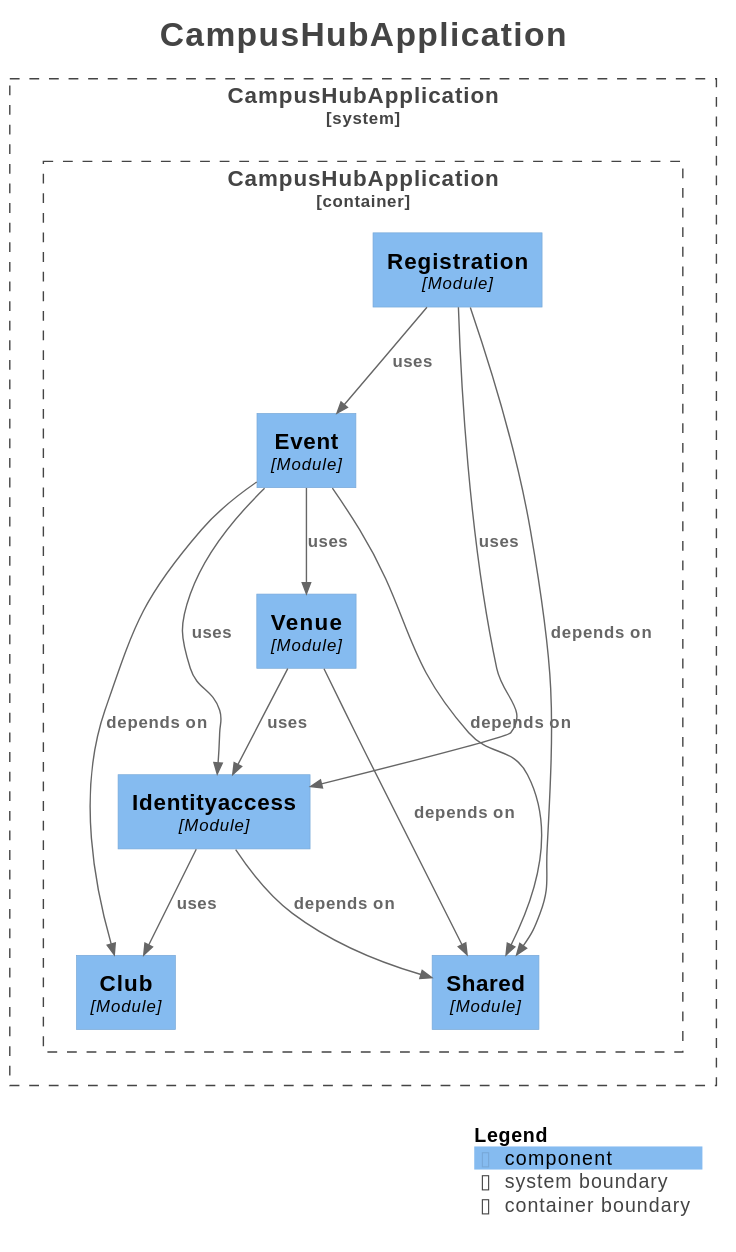
This is docs/architecture/module-diagram.svg from Jamiedz999/campushub, a PlantUML export, as it was before one commit.
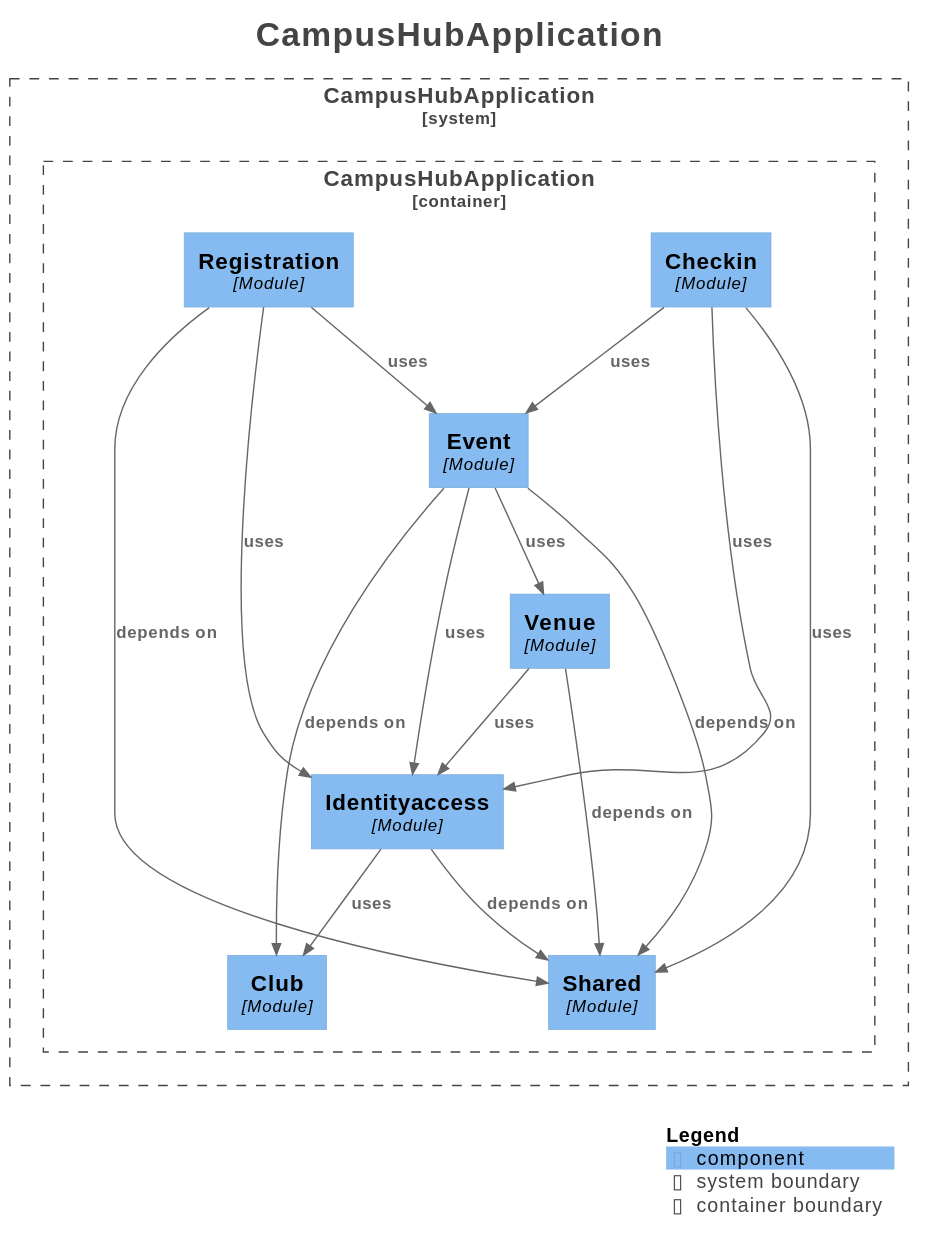
Above is the later version.

The edit, as a diff of the source:
```diff
@@ -17,27 +17,31 @@
 
 System_Boundary("CampusHubApplication_boundary", "CampusHubApplication", $tags="") {
   Container_Boundary("CampusHubApplication.CampusHubApplication_boundary", "CampusHubApplication", $tags="") {
+    Component(CampusHubApplication.CampusHubApplication.Registration, "Registration", $techn="Module", $descr="", $tags="", $link="")
     Component(CampusHubApplication.CampusHubApplication.Club, "Club", $techn="Module", $descr="", $tags="", $link="")
     Component(CampusHubApplication.CampusHubApplication.Shared, "Shared", $techn="Module", $descr="", $tags="", $link="")
     Component(CampusHubApplication.CampusHubApplication.Identityaccess, "Identityaccess", $techn="Module", $descr="", $tags="", $link="")
     Component(CampusHubApplication.CampusHubApplication.Venue, "Venue", $techn="Module", $descr="", $tags="", $link="")
     Component(CampusHubApplication.CampusHubApplication.Event, "Event", $techn="Module", $descr="", $tags="", $link="")
-    Component(CampusHubApplication.CampusHubApplication.Registration, "Registration", $techn="Module", $descr="", $tags="", $link="")
+    Component(CampusHubApplication.CampusHubApplication.Checkin, "Checkin", $techn="Module", $descr="", $tags="", $link="")
   }
 
 }
 
-Rel(CampusHubApplication.CampusHubApplication.Identityaccess, CampusHubApplication.CampusHubApplication.Shared, "depends on", $techn="", $tags="", $link="")
-Rel(CampusHubApplication.CampusHubApplication.Identityaccess, CampusHubApplication.CampusHubApplication.Club, "uses", $techn="", $tags="", $link="")
+Rel(CampusHubApplication.CampusHubApplication.Checkin, CampusHubApplication.CampusHubApplication.Event, "uses", $techn="", $tags="", $link="")
+Rel(CampusHubApplication.CampusHubApplication.Checkin, CampusHubApplication.CampusHubApplication.Shared, "uses", $techn="", $tags="", $link="")
+Rel(CampusHubApplication.CampusHubApplication.Checkin, CampusHubApplication.CampusHubApplication.Identityaccess, "uses", $techn="", $tags="", $link="")
+Rel(CampusHubApplication.CampusHubApplication.Registration, CampusHubApplication.CampusHubApplication.Shared, "depends on", $techn="", $tags="", $link="")
+Rel(CampusHubApplication.CampusHubApplication.Registration, CampusHubApplication.CampusHubApplication.Event, "uses", $techn="", $tags="", $link="")
+Rel(CampusHubApplication.CampusHubApplication.Registration, CampusHubApplication.CampusHubApplication.Identityaccess, "uses", $techn="", $tags="", $link="")
 Rel(CampusHubApplication.CampusHubApplication.Venue, CampusHubApplication.CampusHubApplication.Shared, "depends on", $techn="", $tags="", $link="")
 Rel(CampusHubApplication.CampusHubApplication.Venue, CampusHubApplication.CampusHubApplication.Identityaccess, "uses", $techn="", $tags="", $link="")
 Rel(CampusHubApplication.CampusHubApplication.Event, CampusHubApplication.CampusHubApplication.Club, "depends on", $techn="", $tags="", $link="")
 Rel(CampusHubApplication.CampusHubApplication.Event, CampusHubApplication.CampusHubApplication.Shared, "depends on", $techn="", $tags="", $link="")
 Rel(CampusHubApplication.CampusHubApplication.Event, CampusHubApplication.CampusHubApplication.Venue, "uses", $techn="", $tags="", $link="")
 Rel(CampusHubApplication.CampusHubApplication.Event, CampusHubApplication.CampusHubApplication.Identityaccess, "uses", $techn="", $tags="", $link="")
-Rel(CampusHubApplication.CampusHubApplication.Registration, CampusHubApplication.CampusHubApplication.Shared, "depends on", $techn="", $tags="", $link="")
-Rel(CampusHubApplication.CampusHubApplication.Registration, CampusHubApplication.CampusHubApplication.Event, "uses", $techn="", $tags="", $link="")
-Rel(CampusHubApplication.CampusHubApplication.Registration, CampusHubApplication.CampusHubApplication.Identityaccess, "uses", $techn="", $tags="", $link="")
+Rel(CampusHubApplication.CampusHubApplication.Identityaccess, CampusHubApplication.CampusHubApplication.Shared, "depends on", $techn="", $tags="", $link="")
+Rel(CampusHubApplication.CampusHubApplication.Identityaccess, CampusHubApplication.CampusHubApplication.Club, "uses", $techn="", $tags="", $link="")
 
 SHOW_LEGEND(true)
 hide stereotypes
```
